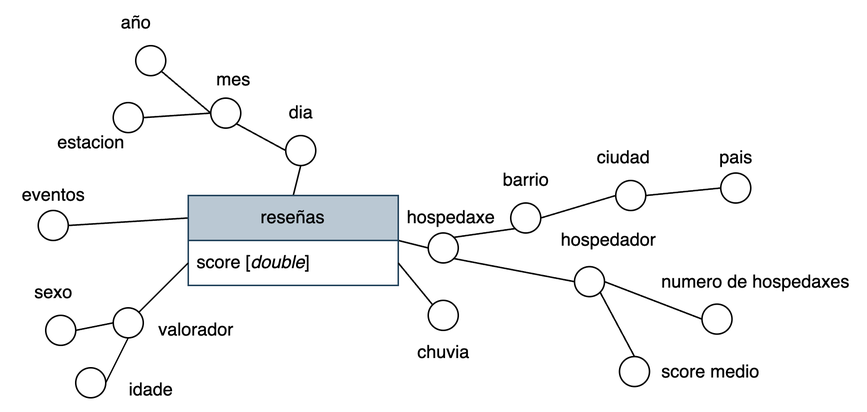
Before: entrega_01/memoria/diagramas/multidimensional.drawio.png, a diagram exported from draw.io (PepeRoConde/BD2). Source tidied: cells renumbered, new cells last; positions are measured from the earlier drawing's top-left corner, leaving out a move shared by most shapes. The source it was exported from:
```xml
<mxGraphModel>
  <root>
    <mxCell id="0" />
    <mxCell id="1" parent="0" />
    <mxCell id="2" style="rounded=0;jettySize=auto;html=1;exitX=1;exitY=0.5;exitDx=0;exitDy=0;entryX=0;entryY=0.5;entryDx=0;entryDy=0;endArrow=none;startFill=0;" parent="1" edge="1" source="5" target="10">
      <mxGeometry relative="1" as="geometry" />
    </mxCell>
    <mxCell id="3" style="rounded=0;jettySize=auto;html=1;exitX=0.5;exitY=0;exitDx=0;exitDy=0;entryX=0.5;entryY=1;entryDx=0;entryDy=0;endArrow=none;startFill=0;" parent="1" edge="1" source="5" target="19">
      <mxGeometry relative="1" as="geometry" />
    </mxCell>
    <mxCell id="4" style="rounded=0;jettySize=auto;html=1;exitX=0;exitY=0.25;exitDx=0;exitDy=0;endArrow=none;startFill=0;entryX=1;entryY=0.5;entryDx=0;entryDy=0;" parent="1" edge="1" source="5" target="44">
      <mxGeometry relative="1" as="geometry" />
    </mxCell>
    <mxCell id="5" value="reseñas" style="swimlane;fontStyle=0;horizontal=1;startSize=30;whiteSpace=wrap;html=1;fillColor=#bac8d3;strokeColor=#23445d;" parent="1" vertex="1">
      <mxGeometry x="125" y="130" width="140" height="60" as="geometry" />
    </mxCell>
    <mxCell id="6" value="score [&lt;i&gt;double&lt;/i&gt;]" style="text;strokeColor=none;fillColor=none;align=left;verticalAlign=middle;spacingLeft=4;spacingRight=4;overflow=hidden;points=[[0,0.5],[1,0.5]];portConstraint=eastwest;whiteSpace=wrap;html=1;" parent="5" vertex="1">
      <mxGeometry y="30" width="140" height="30" as="geometry" />
    </mxCell>
    <mxCell id="7" value="hospedaxe" style="text;html=1;align=center;verticalAlign=middle;strokeColor=none;fillColor=none;" parent="1" vertex="1">
      <mxGeometry x="260" y="130" width="80" height="30" as="geometry" />
    </mxCell>
    <mxCell id="8" style="rounded=0;jettySize=auto;html=1;exitX=1;exitY=1;exitDx=0;exitDy=0;entryX=0;entryY=0.5;entryDx=0;entryDy=0;endArrow=none;startFill=0;" parent="1" edge="1" source="10" target="13">
      <mxGeometry relative="1" as="geometry" />
    </mxCell>
    <mxCell id="9" style="rounded=0;jettySize=auto;html=1;exitX=1;exitY=0;exitDx=0;exitDy=0;endArrow=none;startFill=0;entryX=0;entryY=1;entryDx=0;entryDy=0;" parent="1" edge="1" source="10" target="28">
      <mxGeometry relative="1" as="geometry" />
    </mxCell>
    <mxCell id="10" style="ellipse;whiteSpace=wrap;html=1;" parent="1" vertex="1">
      <mxGeometry x="285" y="155" width="20" height="20" as="geometry" />
    </mxCell>
    <mxCell id="11" style="rounded=0;jettySize=auto;html=1;exitX=1;exitY=0.5;exitDx=0;exitDy=0;entryX=0;entryY=0.5;entryDx=0;entryDy=0;endArrow=none;startFill=0;" parent="1" edge="1" source="13" target="29">
      <mxGeometry relative="1" as="geometry" />
    </mxCell>
    <mxCell id="12" style="rounded=0;jettySize=auto;html=1;exitX=1;exitY=1;exitDx=0;exitDy=0;entryX=0.5;entryY=0;entryDx=0;entryDy=0;endArrow=none;startFill=0;" parent="1" edge="1" source="13" target="50">
      <mxGeometry relative="1" as="geometry" />
    </mxCell>
    <mxCell id="13" style="ellipse;whiteSpace=wrap;html=1;" parent="1" vertex="1">
      <mxGeometry x="382.5" y="177.5" width="20" height="20" as="geometry" />
    </mxCell>
    <mxCell id="14" value="hospedador" style="text;html=1;align=center;verticalAlign=middle;strokeColor=none;fillColor=none;" parent="1" vertex="1">
      <mxGeometry x="360" y="145" width="90" height="30" as="geometry" />
    </mxCell>
    <mxCell id="15" value="mes" style="text;html=1;align=center;verticalAlign=middle;strokeColor=none;fillColor=none;" parent="1" vertex="1">
      <mxGeometry x="130" y="38" width="50" height="30" as="geometry" />
    </mxCell>
    <mxCell id="16" style="rounded=0;jettySize=auto;html=1;exitX=1;exitY=1;exitDx=0;exitDy=0;entryX=0;entryY=0.5;entryDx=0;entryDy=0;endArrow=none;startFill=0;" parent="1" edge="1" source="18" target="19">
      <mxGeometry relative="1" as="geometry" />
    </mxCell>
    <mxCell id="17" style="rounded=0;jettySize=auto;html=1;exitX=0;exitY=0.5;exitDx=0;exitDy=0;entryX=1;entryY=0.5;entryDx=0;entryDy=0;endArrow=none;startFill=0;" parent="1" edge="1" source="18" target="35">
      <mxGeometry relative="1" as="geometry" />
    </mxCell>
    <mxCell id="18" style="ellipse;whiteSpace=wrap;html=1;" parent="1" vertex="1">
      <mxGeometry x="140" y="65" width="20" height="20" as="geometry" />
    </mxCell>
    <mxCell id="19" style="ellipse;whiteSpace=wrap;html=1;" parent="1" vertex="1">
      <mxGeometry x="190" y="90" width="20" height="20" as="geometry" />
    </mxCell>
    <mxCell id="20" value="dia" style="text;html=1;align=center;verticalAlign=middle;strokeColor=none;fillColor=none;" parent="1" vertex="1">
      <mxGeometry x="180" y="60" width="40" height="30" as="geometry" />
    </mxCell>
    <mxCell id="21" style="rounded=0;jettySize=auto;html=1;exitX=1;exitY=1;exitDx=0;exitDy=0;entryX=0;entryY=0.5;entryDx=0;entryDy=0;endArrow=none;startFill=0;" parent="1" edge="1" source="22" target="18">
      <mxGeometry relative="1" as="geometry" />
    </mxCell>
    <mxCell id="22" style="ellipse;whiteSpace=wrap;html=1;" parent="1" vertex="1">
      <mxGeometry x="90" y="30" width="20" height="20" as="geometry" />
    </mxCell>
    <mxCell id="23" value="año" style="text;html=1;align=center;verticalAlign=middle;strokeColor=none;fillColor=none;" parent="1" vertex="1">
      <mxGeometry x="70" width="40" height="30" as="geometry" />
    </mxCell>
    <mxCell id="24" value="barrio" style="text;html=1;align=center;verticalAlign=middle;strokeColor=none;fillColor=none;" parent="1" vertex="1">
      <mxGeometry x="325" y="105" width="50" height="30" as="geometry" />
    </mxCell>
    <mxCell id="25" style="ellipse;whiteSpace=wrap;html=1;" parent="1" vertex="1">
      <mxGeometry x="285" y="200" width="20" height="20" as="geometry" />
    </mxCell>
    <mxCell id="26" style="rounded=0;jettySize=auto;html=1;exitX=1;exitY=0.5;exitDx=0;exitDy=0;endArrow=none;startFill=0;entryX=0;entryY=0;entryDx=0;entryDy=0;" parent="1" edge="1" source="6" target="25">
      <mxGeometry relative="1" as="geometry" />
    </mxCell>
    <mxCell id="27" style="rounded=0;jettySize=auto;html=1;exitX=1;exitY=0.5;exitDx=0;exitDy=0;entryX=0;entryY=0.5;entryDx=0;entryDy=0;endArrow=none;startFill=0;" parent="1" edge="1" source="28" target="32">
      <mxGeometry relative="1" as="geometry" />
    </mxCell>
    <mxCell id="28" style="ellipse;whiteSpace=wrap;html=1;" parent="1" vertex="1">
      <mxGeometry x="340" y="135" width="20" height="20" as="geometry" />
    </mxCell>
    <mxCell id="29" style="ellipse;whiteSpace=wrap;html=1;" parent="1" vertex="1">
      <mxGeometry x="467.5" y="202.5" width="20" height="20" as="geometry" />
    </mxCell>
    <mxCell id="30" style="ellipse;whiteSpace=wrap;html=1;" parent="1" vertex="1">
      <mxGeometry x="480" y="115" width="20" height="20" as="geometry" />
    </mxCell>
    <mxCell id="31" style="rounded=0;jettySize=auto;html=1;exitX=1;exitY=0.5;exitDx=0;exitDy=0;entryX=0;entryY=0.5;entryDx=0;entryDy=0;endArrow=none;startFill=0;" parent="1" edge="1" source="32" target="30">
      <mxGeometry relative="1" as="geometry" />
    </mxCell>
    <mxCell id="32" style="ellipse;whiteSpace=wrap;html=1;" parent="1" vertex="1">
      <mxGeometry x="410" y="120" width="20" height="20" as="geometry" />
    </mxCell>
    <mxCell id="33" value="ciudad" style="text;html=1;align=center;verticalAlign=middle;strokeColor=none;fillColor=none;" parent="1" vertex="1">
      <mxGeometry x="385" y="90" width="60" height="30" as="geometry" />
    </mxCell>
    <mxCell id="34" value="pais" style="text;html=1;align=center;verticalAlign=middle;strokeColor=none;fillColor=none;" parent="1" vertex="1">
      <mxGeometry x="465" y="90" width="50" height="30" as="geometry" />
    </mxCell>
    <mxCell id="35" style="ellipse;whiteSpace=wrap;html=1;" parent="1" vertex="1">
      <mxGeometry x="75" y="68" width="20" height="20" as="geometry" />
    </mxCell>
    <mxCell id="36" value="estacion" style="text;html=1;align=center;verticalAlign=middle;strokeColor=none;fillColor=none;" parent="1" vertex="1">
      <mxGeometry x="25" y="80" width="70" height="30" as="geometry" />
    </mxCell>
    <mxCell id="37" value="chuvia" style="text;html=1;align=center;verticalAlign=middle;strokeColor=none;fillColor=none;" parent="1" vertex="1">
      <mxGeometry x="265" y="220" width="60" height="30" as="geometry" />
    </mxCell>
    <mxCell id="38" style="rounded=0;jettySize=auto;html=1;exitX=0;exitY=0.5;exitDx=0;exitDy=0;entryX=1;entryY=0.5;entryDx=0;entryDy=0;endArrow=none;startFill=0;" parent="1" edge="1" source="40" target="47">
      <mxGeometry relative="1" as="geometry" />
    </mxCell>
    <mxCell id="39" style="rounded=0;jettySize=auto;html=1;exitX=0.5;exitY=1;exitDx=0;exitDy=0;entryX=1;entryY=0.5;entryDx=0;entryDy=0;endArrow=none;startFill=0;" parent="1" edge="1" source="40" target="46">
      <mxGeometry relative="1" as="geometry" />
    </mxCell>
    <mxCell id="40" style="ellipse;whiteSpace=wrap;html=1;" parent="1" vertex="1">
      <mxGeometry x="75" y="205" width="20" height="20" as="geometry" />
    </mxCell>
    <mxCell id="41" style="rounded=0;jettySize=auto;html=1;exitX=0;exitY=0.5;exitDx=0;exitDy=0;entryX=1;entryY=0;entryDx=0;entryDy=0;endArrow=none;startFill=0;" parent="1" edge="1" source="6" target="40">
      <mxGeometry relative="1" as="geometry" />
    </mxCell>
    <mxCell id="42" value="valorador" style="text;html=1;align=center;verticalAlign=middle;strokeColor=none;fillColor=none;" parent="1" vertex="1">
      <mxGeometry x="95" y="205" width="70" height="30" as="geometry" />
    </mxCell>
    <mxCell id="43" value="numero de hospedaxes" style="text;html=1;align=center;verticalAlign=middle;strokeColor=none;fillColor=none;" parent="1" vertex="1">
      <mxGeometry x="427.5" y="172.5" width="150" height="30" as="geometry" />
    </mxCell>
    <mxCell id="44" style="ellipse;whiteSpace=wrap;html=1;" parent="1" vertex="1">
      <mxGeometry x="25" y="140" width="20" height="20" as="geometry" />
    </mxCell>
    <mxCell id="45" value="eventos" style="text;html=1;align=center;verticalAlign=middle;strokeColor=none;fillColor=none;" parent="1" vertex="1">
      <mxGeometry y="115" width="70" height="30" as="geometry" />
    </mxCell>
    <mxCell id="46" style="ellipse;whiteSpace=wrap;html=1;" parent="1" vertex="1">
      <mxGeometry x="50" y="245" width="20" height="20" as="geometry" />
    </mxCell>
    <mxCell id="47" style="ellipse;whiteSpace=wrap;html=1;" parent="1" vertex="1">
      <mxGeometry x="30" y="210" width="20" height="20" as="geometry" />
    </mxCell>
    <mxCell id="48" value="sexo" style="text;html=1;align=center;verticalAlign=middle;strokeColor=none;fillColor=none;" parent="1" vertex="1">
      <mxGeometry x="10" y="180" width="50" height="30" as="geometry" />
    </mxCell>
    <mxCell id="49" value="idade" style="text;html=1;align=center;verticalAlign=middle;strokeColor=none;fillColor=none;" parent="1" vertex="1">
      <mxGeometry x="75" y="245" width="50" height="30" as="geometry" />
    </mxCell>
    <mxCell id="50" style="ellipse;whiteSpace=wrap;html=1;" parent="1" vertex="1">
      <mxGeometry x="412.5" y="237.5" width="20" height="20" as="geometry" />
    </mxCell>
    <mxCell id="51" value="score medio" style="text;html=1;align=center;verticalAlign=middle;strokeColor=none;fillColor=none;" parent="1" vertex="1">
      <mxGeometry x="427.5" y="232.5" width="90" height="30" as="geometry" />
    </mxCell>
  </root>
</mxGraphModel>
```
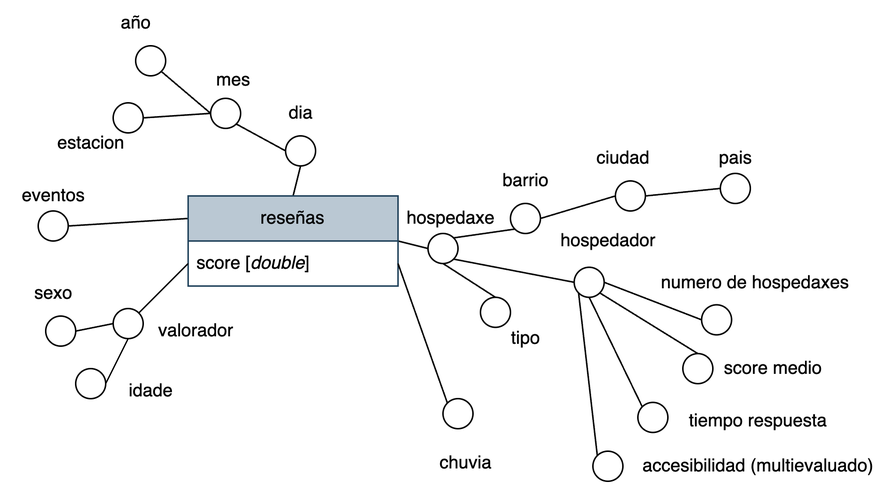
After the change.

Diff of the diagram source:
```diff
@@ -26,6 +26,9 @@
     <mxCell id="9" style="rounded=0;jettySize=auto;html=1;exitX=1;exitY=0;exitDx=0;exitDy=0;endArrow=none;startFill=0;entryX=0;entryY=1;entryDx=0;entryDy=0;" parent="1" edge="1" source="10" target="28">
       <mxGeometry relative="1" as="geometry" />
     </mxCell>
+    <mxCell id="52" style="rounded=0;jettySize=auto;html=1;exitX=0.5;exitY=1;exitDx=0;exitDy=0;entryX=0.5;entryY=0;entryDx=0;entryDy=0;endArrow=none;startFill=0;" parent="1" edge="1" source="10" target="55">
+      <mxGeometry relative="1" as="geometry" />
+    </mxCell>
     <mxCell id="10" style="ellipse;whiteSpace=wrap;html=1;" parent="1" vertex="1">
       <mxGeometry x="285" y="155" width="20" height="20" as="geometry" />
     </mxCell>
@@ -35,6 +38,12 @@
     <mxCell id="12" style="rounded=0;jettySize=auto;html=1;exitX=1;exitY=1;exitDx=0;exitDy=0;entryX=0.5;entryY=0;entryDx=0;entryDy=0;endArrow=none;startFill=0;" parent="1" edge="1" source="13" target="50">
       <mxGeometry relative="1" as="geometry" />
     </mxCell>
+    <mxCell id="53" style="rounded=0;jettySize=auto;html=1;exitX=0.5;exitY=1;exitDx=0;exitDy=0;entryX=0;entryY=0;entryDx=0;entryDy=0;endArrow=none;startFill=0;" parent="1" edge="1" source="13" target="57">
+      <mxGeometry relative="1" as="geometry" />
+    </mxCell>
+    <mxCell id="54" style="rounded=0;jettySize=auto;html=1;exitX=0;exitY=1;exitDx=0;exitDy=0;entryX=0;entryY=0;entryDx=0;entryDy=0;endArrow=none;startFill=0;" parent="1" edge="1" source="13" target="59">
+      <mxGeometry relative="1" as="geometry" />
+    </mxCell>
     <mxCell id="13" style="ellipse;whiteSpace=wrap;html=1;" parent="1" vertex="1">
       <mxGeometry x="382.5" y="177.5" width="20" height="20" as="geometry" />
     </mxCell>
@@ -72,7 +81,7 @@
       <mxGeometry x="325" y="105" width="50" height="30" as="geometry" />
     </mxCell>
     <mxCell id="25" style="ellipse;whiteSpace=wrap;html=1;" parent="1" vertex="1">
-      <mxGeometry x="285" y="200" width="20" height="20" as="geometry" />
+      <mxGeometry x="295" y="265" width="20" height="20" as="geometry" />
     </mxCell>
     <mxCell id="26" style="rounded=0;jettySize=auto;html=1;exitX=1;exitY=0.5;exitDx=0;exitDy=0;endArrow=none;startFill=0;entryX=0;entryY=0;entryDx=0;entryDy=0;" parent="1" edge="1" source="6" target="25">
       <mxGeometry relative="1" as="geometry" />
@@ -108,7 +117,7 @@
       <mxGeometry x="25" y="80" width="70" height="30" as="geometry" />
     </mxCell>
     <mxCell id="37" value="chuvia" style="text;html=1;align=center;verticalAlign=middle;strokeColor=none;fillColor=none;" parent="1" vertex="1">
-      <mxGeometry x="265" y="220" width="60" height="30" as="geometry" />
+      <mxGeometry x="280" y="292.5" width="60" height="30" as="geometry" />
     </mxCell>
     <mxCell id="38" style="rounded=0;jettySize=auto;html=1;exitX=0;exitY=0.5;exitDx=0;exitDy=0;entryX=1;entryY=0.5;entryDx=0;entryDy=0;endArrow=none;startFill=0;" parent="1" edge="1" source="40" target="47">
       <mxGeometry relative="1" as="geometry" />
@@ -147,10 +156,28 @@
       <mxGeometry x="75" y="245" width="50" height="30" as="geometry" />
     </mxCell>
     <mxCell id="50" style="ellipse;whiteSpace=wrap;html=1;" parent="1" vertex="1">
-      <mxGeometry x="412.5" y="237.5" width="20" height="20" as="geometry" />
+      <mxGeometry x="455" y="235" width="20" height="20" as="geometry" />
     </mxCell>
     <mxCell id="51" value="score medio" style="text;html=1;align=center;verticalAlign=middle;strokeColor=none;fillColor=none;" parent="1" vertex="1">
-      <mxGeometry x="427.5" y="232.5" width="90" height="30" as="geometry" />
+      <mxGeometry x="470" y="230" width="90" height="30" as="geometry" />
     </mxCell>
+    <mxCell id="55" style="ellipse;whiteSpace=wrap;html=1;" parent="1" vertex="1">
+      <mxGeometry x="320" y="197.5" width="20" height="20" as="geometry" />
+    </mxCell>
+    <mxCell id="56" value="tipo" style="text;html=1;align=center;verticalAlign=middle;strokeColor=none;fillColor=none;" parent="1" vertex="1">
+      <mxGeometry x="330" y="210" width="40" height="30" as="geometry" />
+    </mxCell>
+    <mxCell id="57" style="ellipse;whiteSpace=wrap;html=1;" parent="1" vertex="1">
+      <mxGeometry x="425" y="267.5" width="20" height="20" as="geometry" />
+    </mxCell>
+    <mxCell id="58" value="tiempo respuesta" style="text;html=1;align=center;verticalAlign=middle;strokeColor=none;fillColor=none;" parent="1" vertex="1">
+      <mxGeometry x="445" y="265" width="120" height="30" as="geometry" />
+    </mxCell>
+    <mxCell id="59" style="ellipse;whiteSpace=wrap;html=1;" parent="1" vertex="1">
+      <mxGeometry x="395" y="300" width="20" height="20" as="geometry" />
+    </mxCell>
+    <mxCell id="60" value="accesibilidad (multievaluado)" style="text;html=1;align=center;verticalAlign=middle;strokeColor=none;fillColor=none;" parent="1" vertex="1">
+      <mxGeometry x="415" y="295" width="180" height="30" as="geometry" />
+    </mxCell>
   </root>
 </mxGraphModel>
```
